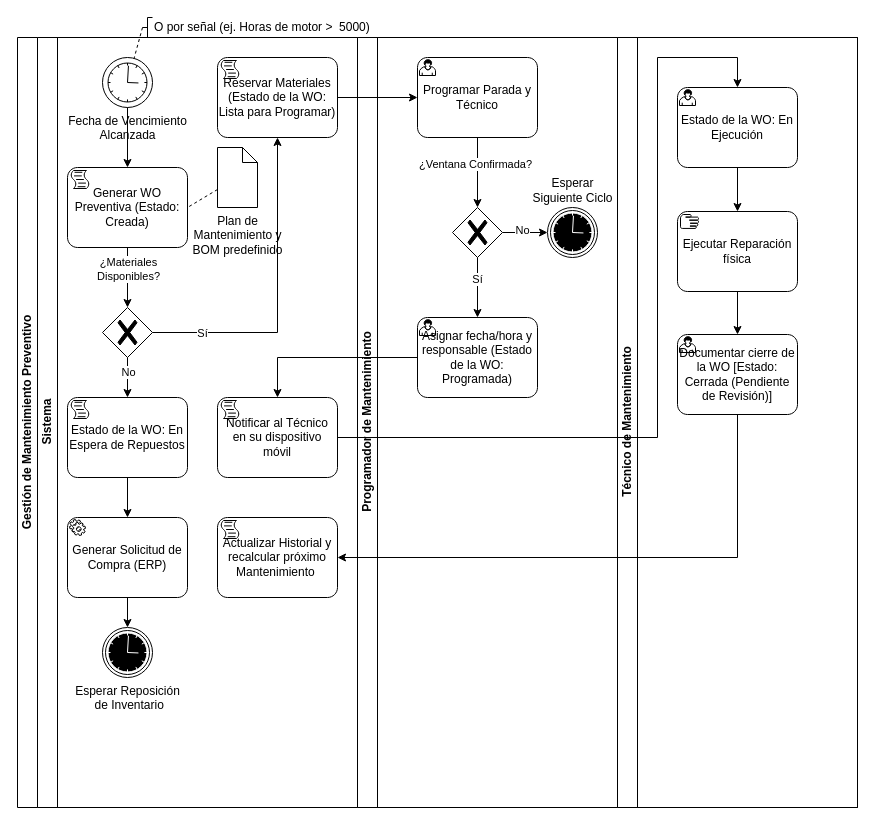
This is page "Ver 2.0" (2 of 2) of bpmn/ciclo_mantenimiento_preventivo.drawio from Novav20/adso-dteam-docs, a draw.io file, before an edit. Source tidied: cells renumbered, new cells numbered last; positions are measured from the earlier drawing's top-left corner, leaving out a move shared by most shapes. Both pictures are drawn from the tidied source at 100%, with x=0, y=0 at pixel (17, 17).
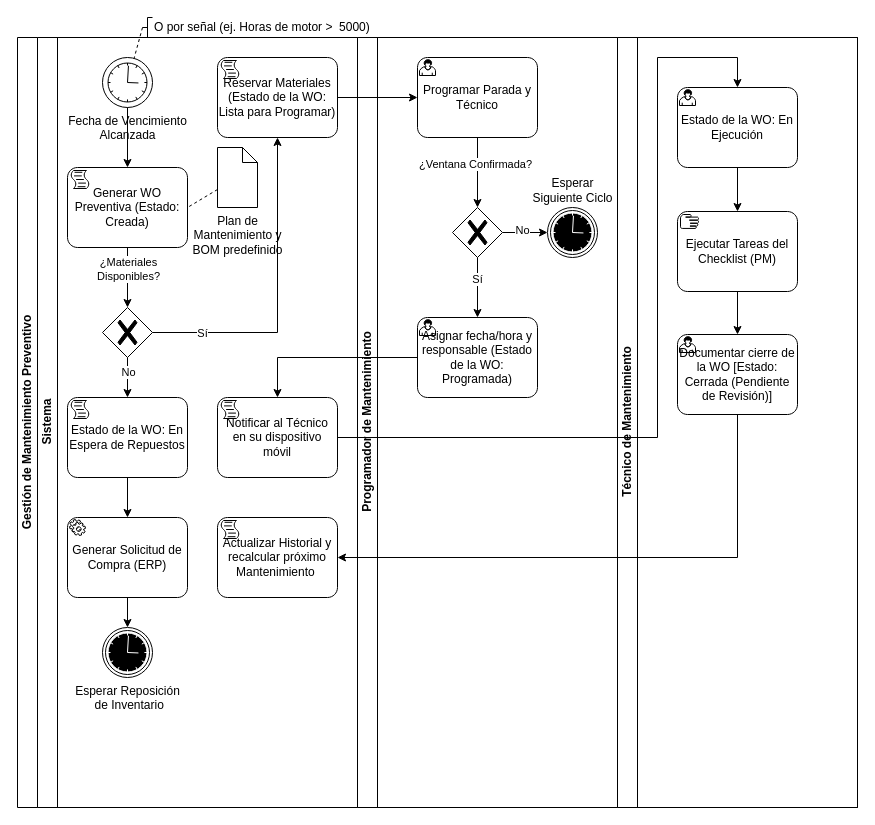
The same page after the edit.

Commit message:
Chore: Cambio menor en diagrama BPMN de ciclo PM.

The change refers to these unchanged cells:
```xml
<mxCell id="35" value="Técnico de Mantenimiento" style="swimlane;html=1;startSize=20;horizontal=0;" parent="2" vertex="1">
  <mxGeometry x="600" width="240" height="770" as="geometry" />
</mxCell>
```

Diff of the diagram source:
```diff
@@
-    <mxCell id="37" value="Ejecutar Reparación física" style="points=[[0.25,0,0],[0.5,0,0],[0.75,0,0],[1,0.25,0],[1,0.5,0],[1,0.75,0],[0.75,1,0],[0.5,1,0],[0.25,1,0],[0,0.75,0],[0,0.5,0],[0,0.25,0]];shape=mxgraph.bpmn.task;whiteSpace=wrap;rectStyle=rounded;size=10;html=1;taskMarker=manual;" parent="35" vertex="1">
+    <mxCell id="37" value="Ejecutar Tareas del Checklist (PM)" style="points=[[0.25,0,0],[0.5,0,0],[0.75,0,0],[1,0.25,0],[1,0.5,0],[1,0.75,0],[0.75,1,0],[0.5,1,0],[0.25,1,0],[0,0.75,0],[0,0.5,0],[0,0.25,0]];shape=mxgraph.bpmn.task;whiteSpace=wrap;rectStyle=rounded;size=10;html=1;taskMarker=manual;" parent="35" vertex="1">
       <mxGeometry x="60" y="174" width="120" height="80" as="geometry" />
     </mxCell>
```
